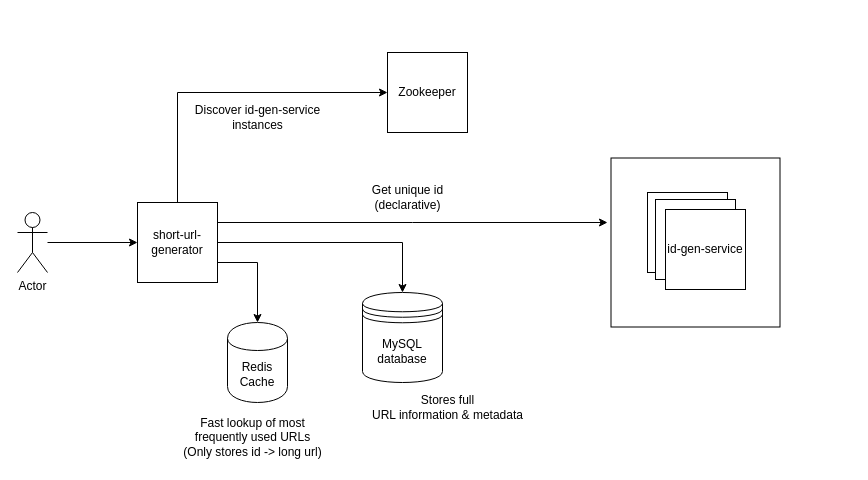
This is URL Shortening Service HLD.drawio from npathai/system-design-with-code, a draw.io file, before an edit. Source tidied: cells renumbered, new cells numbered last; positions are measured from the earlier drawing's top-left corner, leaving out a move shared by most shapes. Both pictures are drawn from the tidied source at 100%, with x=0, y=0 at pixel (17, 52).
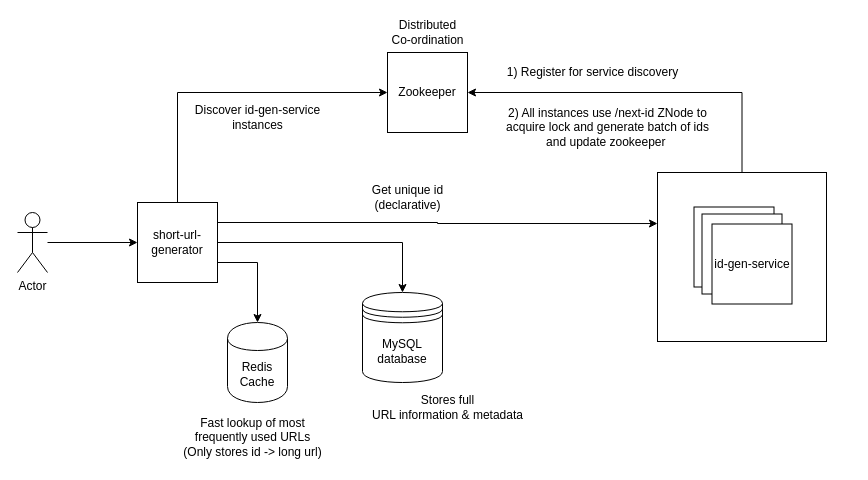
Above is the later version.

The change refers to these unchanged cells:
```xml
<mxCell id="3" value="Zookeeper" style="whiteSpace=wrap;html=1;" parent="1" vertex="1">
  <mxGeometry x="370" width="80" height="80" as="geometry" />
</mxCell>
<mxCell id="8" value="short-url-generator" style="whiteSpace=wrap;html=1;" parent="1" vertex="1">
  <mxGeometry x="120" y="150" width="80" height="80" as="geometry" />
</mxCell>
```

The edit, as a diff of the source:
```diff
@@
+    <mxCell id="21" style="group;" parent="1" vertex="1">
+      <mxGeometry x="640" y="120" width="169" height="169" as="geometry" />
+    </mxCell>
+    <mxCell id="22" style="group;" parent="21" vertex="1">
+      <mxGeometry width="169" height="169" as="geometry" />
+    </mxCell>
-    <mxCell id="2" style="whiteSpace=wrap;html=1;" parent="1" vertex="1">
-      <mxGeometry x="593.5" y="105.5" width="169" height="169" as="geometry" />
+    <mxCell id="2" style="whiteSpace=wrap;html=1;" parent="22" vertex="1">
+      <mxGeometry width="169" height="169" as="geometry" />
     </mxCell>
+    <mxCell id="23" style="edgeStyle=orthogonalEdgeStyle;rounded=0;jettySize=auto;html=1;exitX=0.5;exitY=0;exitDx=0;exitDy=0;entryX=1;entryY=0.5;entryDx=0;entryDy=0;" parent="1" edge="1" source="2" target="3">
+      <mxGeometry relative="1" as="geometry" />
+    </mxCell>
@@
-    <mxCell id="7" style="edgeStyle=orthogonalEdgeStyle;rounded=0;jettySize=auto;html=1;exitX=1;exitY=0.25;exitDx=0;exitDy=0;" parent="1" edge="1" source="8">
+    <mxCell id="7" style="edgeStyle=orthogonalEdgeStyle;rounded=0;jettySize=auto;html=1;exitX=1;exitY=0.25;exitDx=0;exitDy=0;entryX=0;entryY=0.302;entryDx=0;entryDy=0;entryPerimeter=0;" parent="1" edge="1" source="8" target="2">
       <mxGeometry relative="1" as="geometry">
-        <mxPoint x="590" y="170" as="targetPoint" />
+        <Array as="points">
+          <mxPoint x="420" y="170" />
+        </Array>
       </mxGeometry>
     </mxCell>
@@
     <mxCell id="16" style="group;" parent="1" vertex="1">
-      <mxGeometry x="630" y="140" width="156.5" height="109" as="geometry" />
+      <mxGeometry x="676.5" y="154.5" width="156.5" height="109" as="geometry" />
     </mxCell>
@@
+    <mxCell id="24" value="1) Register for service discovery" style="text;html=1;align=center;verticalAlign=middle;" parent="1" vertex="1">
+      <mxGeometry x="480" y="10" width="190" height="20" as="geometry" />
+    </mxCell>
+    <mxCell id="25" value="Distributed&lt;br&gt;Co-ordination" style="text;html=1;align=center;verticalAlign=middle;" parent="1" vertex="1">
+      <mxGeometry x="365" y="-35" width="90" height="30" as="geometry" />
+    </mxCell>
+    <mxCell id="26" value="2) All instances use /next-id ZNode to&lt;br&gt;acquire lock and generate batch of ids&lt;br&gt;and update zookeeper&amp;nbsp;" style="text;html=1;align=center;verticalAlign=middle;" parent="1" vertex="1">
+      <mxGeometry x="480" y="50" width="220" height="50" as="geometry" />
+    </mxCell>
```
